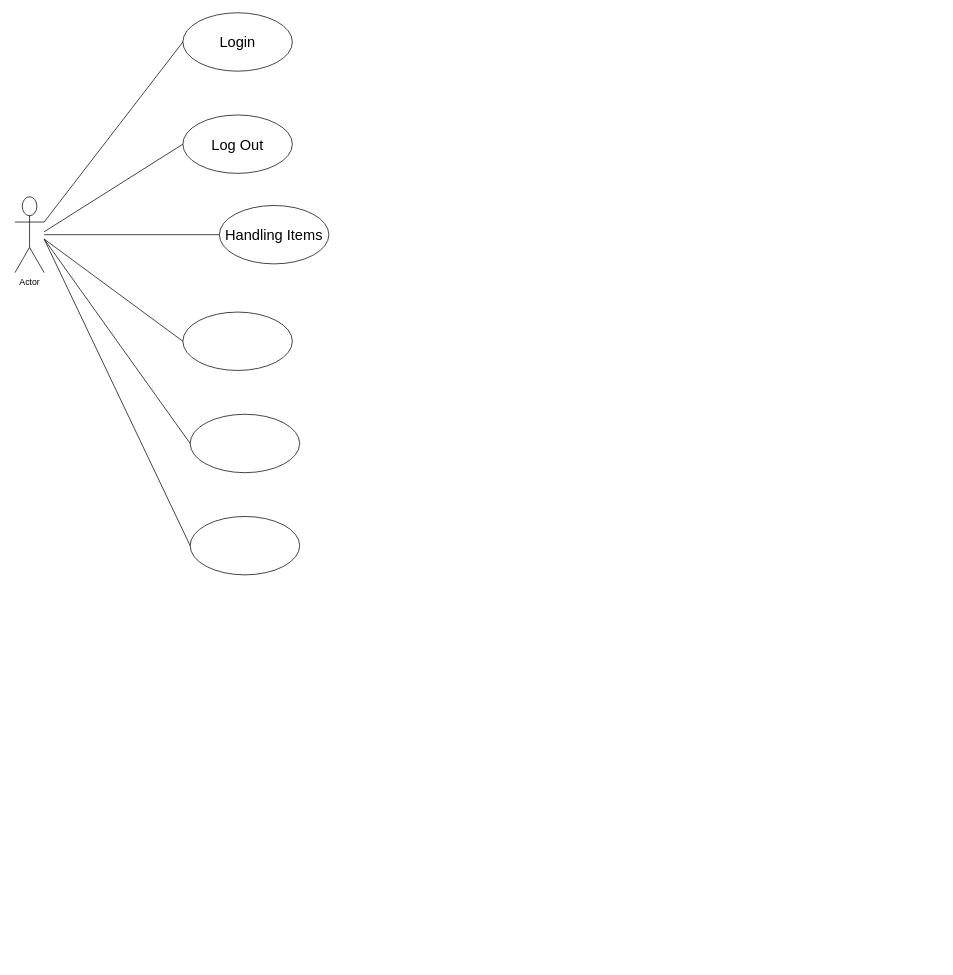
This is page "Page-1" (1 of 3) of use-case-diagram.drawio from Dune-Global/green-supermarket-docs, a draw.io file, before an edit. Source tidied: cells renumbered, new cells numbered last; positions are measured from the earlier drawing's top-left corner, leaving out a move shared by most shapes. Both pictures are drawn from the tidied source at 73%, with x=0, y=0 at pixel (15, 12).
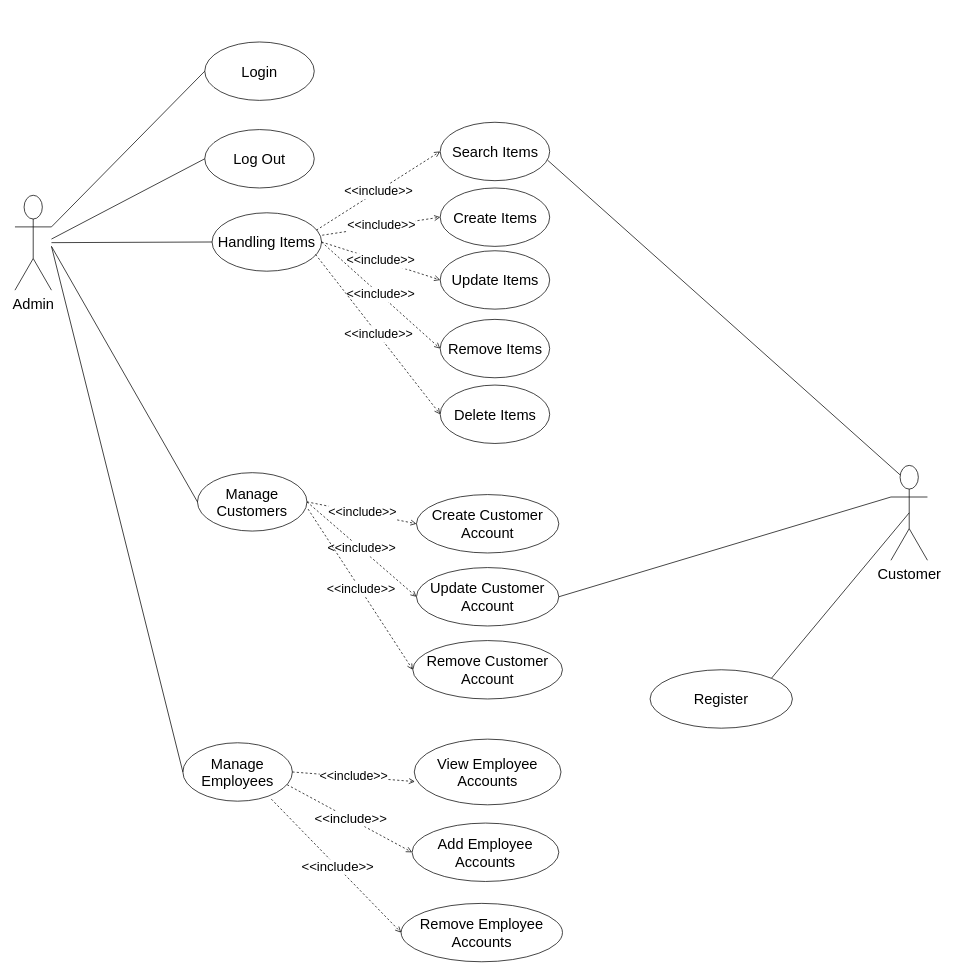
The same page after the edit.

Diff of the diagram source:
```diff
@@
+    <mxCell id="15" value="&amp;lt;&amp;lt;include&amp;gt;&amp;gt;" style="endArrow=open;dashed=1;html=1;rounded=0;strokeColor=default;targetPerimeterSpacing=0;fontSize=18;entryX=0;entryY=0.5;entryDx=0;entryDy=0;exitX=0.808;exitY=0.965;exitDx=0;exitDy=0;exitPerimeter=0;" parent="1" edge="1" source="17" target="26">
+      <mxGeometry x="0.01" relative="1" as="geometry">
+        <mxPoint x="1" as="offset" />
+      </mxGeometry>
+    </mxCell>
     <mxCell id="2" value="Login" style="ellipse;whiteSpace=wrap;html=1;fontSize=20;" parent="1" vertex="1">
-      <mxGeometry x="230" width="150" height="80" as="geometry" />
+      <mxGeometry x="260" y="40" width="150" height="80" as="geometry" />
     </mxCell>
     <mxCell id="3" value="Log Out" style="ellipse;whiteSpace=wrap;html=1;fontSize=20;" parent="1" vertex="1">
-      <mxGeometry x="230" y="140" width="150" height="80" as="geometry" />
+      <mxGeometry x="260" y="160" width="150" height="80" as="geometry" />
     </mxCell>
     <mxCell id="4" value="Handling Items" style="ellipse;whiteSpace=wrap;html=1;fontSize=20;" parent="1" vertex="1">
-      <mxGeometry x="280" y="264" width="150" height="80" as="geometry" />
+      <mxGeometry x="270" y="274" width="150" height="80" as="geometry" />
     </mxCell>
-    <mxCell id="5" style="ellipse;whiteSpace=wrap;html=1;" parent="1" vertex="1">
-      <mxGeometry x="230" y="410" width="150" height="80" as="geometry" />
-    </mxCell>
-    <mxCell id="6" style="ellipse;whiteSpace=wrap;html=1;" parent="1" vertex="1">
-      <mxGeometry x="240" y="550" width="150" height="80" as="geometry" />
-    </mxCell>
-    <mxCell id="7" value="Actor" style="shape=umlActor;verticalLabelPosition=bottom;verticalAlign=top;html=1;outlineConnect=0;" parent="1" vertex="1">
-      <mxGeometry y="252" width="40" height="104" as="geometry" />
-    </mxCell>
-    <mxCell id="8" style="endArrow=none;html=1;rounded=0;entryX=0;entryY=0.5;entryDx=0;entryDy=0;" parent="1" edge="1" target="3">
-      <mxGeometry relative="1" as="geometry">
-        <mxPoint x="40" y="300" as="sourcePoint" />
-      </mxGeometry>
-    </mxCell>
-    <mxCell id="9" style="endArrow=none;html=1;rounded=0;entryX=0;entryY=0.5;entryDx=0;entryDy=0;" parent="1" edge="1" source="7" target="4">
-      <mxGeometry relative="1" as="geometry" />
-    </mxCell>
-    <mxCell id="10" style="endArrow=none;html=1;rounded=0;entryX=0;entryY=0.5;entryDx=0;entryDy=0;" parent="1" edge="1" target="5">
-      <mxGeometry relative="1" as="geometry">
-        <mxPoint x="40" y="310" as="sourcePoint" />
-      </mxGeometry>
-    </mxCell>
-    <mxCell id="11" style="endArrow=none;html=1;rounded=0;entryX=0;entryY=0.5;entryDx=0;entryDy=0;" parent="1" edge="1" target="6">
-      <mxGeometry relative="1" as="geometry">
-        <mxPoint x="40" y="310" as="sourcePoint" />
-      </mxGeometry>
-    </mxCell>
-    <mxCell id="12" style="ellipse;whiteSpace=wrap;html=1;" parent="1" vertex="1">
-      <mxGeometry x="240" y="690" width="150" height="80" as="geometry" />
-    </mxCell>
-    <mxCell id="13" style="endArrow=none;html=1;rounded=0;entryX=0;entryY=0.5;entryDx=0;entryDy=0;" parent="1" edge="1" target="12">
-      <mxGeometry relative="1" as="geometry">
-        <mxPoint x="40" y="310" as="sourcePoint" />
-      </mxGeometry>
-    </mxCell>
-    <mxCell id="14" style="endArrow=none;html=1;rounded=0;entryX=0;entryY=0.5;entryDx=0;entryDy=0;exitX=1;exitY=0.3333333333333333;exitDx=0;exitDy=0;exitPerimeter=0;" parent="1" edge="1" source="7" target="2">
-      <mxGeometry relative="1" as="geometry" />
-    </mxCell>
+    <mxCell id="16" value="Manage Customers" style="ellipse;whiteSpace=wrap;html=1;fontSize=20;" parent="1" vertex="1">
+      <mxGeometry x="250" y="630" width="150" height="80" as="geometry" />
+    </mxCell>
+    <mxCell id="17" value="Manage Employees" style="ellipse;whiteSpace=wrap;html=1;fontSize=20;" parent="1" vertex="1">
+      <mxGeometry x="230" y="1000" width="150" height="80" as="geometry" />
+    </mxCell>
+    <mxCell id="18" value="Admin" style="shape=umlActor;verticalLabelPosition=bottom;verticalAlign=top;html=1;outlineConnect=0;fontColor=default;fontSize=20;" parent="1" vertex="1">
+      <mxGeometry y="250" width="50" height="130" as="geometry" />
+    </mxCell>
+    <mxCell id="19" style="endArrow=none;html=1;rounded=0;entryX=0;entryY=0.5;entryDx=0;entryDy=0;" parent="1" edge="1" target="3">
+      <mxGeometry relative="1" as="geometry">
+        <mxPoint x="50" y="310" as="sourcePoint" />
+      </mxGeometry>
+    </mxCell>
+    <mxCell id="20" style="endArrow=none;html=1;rounded=0;entryX=0;entryY=0.5;entryDx=0;entryDy=0;" parent="1" edge="1" source="18" target="4">
+      <mxGeometry relative="1" as="geometry" />
+    </mxCell>
+    <mxCell id="21" style="endArrow=none;html=1;rounded=0;entryX=0;entryY=0.5;entryDx=0;entryDy=0;" parent="1" edge="1" target="16">
+      <mxGeometry relative="1" as="geometry">
+        <mxPoint x="50" y="320" as="sourcePoint" />
+      </mxGeometry>
+    </mxCell>
+    <mxCell id="22" style="endArrow=none;html=1;rounded=0;entryX=0;entryY=0.5;entryDx=0;entryDy=0;" parent="1" edge="1" target="17">
+      <mxGeometry relative="1" as="geometry">
+        <mxPoint x="50" y="320" as="sourcePoint" />
+      </mxGeometry>
+    </mxCell>
+    <mxCell id="23" style="endArrow=none;html=1;rounded=0;entryX=0;entryY=0.5;entryDx=0;entryDy=0;exitX=1;exitY=0.3333333333333333;exitDx=0;exitDy=0;exitPerimeter=0;" parent="1" edge="1" source="18" target="2">
+      <mxGeometry relative="1" as="geometry" />
+    </mxCell>
+    <mxCell id="24" value="View Employee Accounts" style="ellipse;whiteSpace=wrap;html=1;fontSize=20;" parent="1" vertex="1">
+      <mxGeometry x="547" y="995" width="201" height="90" as="geometry" />
+    </mxCell>
+    <mxCell id="25" value="Add Employee Accounts" style="ellipse;whiteSpace=wrap;html=1;fontSize=20;" parent="1" vertex="1">
+      <mxGeometry x="544" y="1110" width="201" height="80" as="geometry" />
+    </mxCell>
+    <mxCell id="26" value="Remove Employee Accounts" style="ellipse;whiteSpace=wrap;html=1;fontSize=20;" parent="1" vertex="1">
+      <mxGeometry x="529" y="1220" width="221" height="80" as="geometry" />
+    </mxCell>
+    <mxCell id="27" value="&amp;lt;&amp;lt;include&amp;gt;&amp;gt;" style="endArrow=open;dashed=1;html=1;rounded=0;strokeColor=default;targetPerimeterSpacing=0;fontSize=18;entryX=0;entryY=0.5;entryDx=0;entryDy=0;exitX=0.952;exitY=0.718;exitDx=0;exitDy=0;exitPerimeter=0;" parent="1" edge="1" source="17" target="25">
+      <mxGeometry x="0.01" relative="1" as="geometry">
+        <mxPoint x="1" as="offset" />
+      </mxGeometry>
+    </mxCell>
+    <mxCell id="28" value="&amp;lt;&amp;lt;include&amp;gt;&amp;gt;" style="endArrow=open;dashed=1;html=1;rounded=0;strokeColor=default;targetPerimeterSpacing=0;entryX=0.004;entryY=0.646;entryDx=0;entryDy=0;entryPerimeter=0;fontSize=17;exitX=1;exitY=0.5;exitDx=0;exitDy=0;" parent="1" edge="1" source="17" target="24">
+      <mxGeometry x="-0.01" relative="1" as="geometry">
+        <mxPoint x="1" as="offset" />
+      </mxGeometry>
+    </mxCell>
+    <mxCell id="29" value="Create Items" style="ellipse;whiteSpace=wrap;html=1;fontSize=20;" parent="1" vertex="1">
+      <mxGeometry x="582.5" y="240" width="150" height="80" as="geometry" />
+    </mxCell>
+    <mxCell id="30" value="Update Items" style="ellipse;whiteSpace=wrap;html=1;fontSize=20;" parent="1" vertex="1">
+      <mxGeometry x="582.5" y="326" width="150" height="80" as="geometry" />
+    </mxCell>
+    <mxCell id="31" value="Remove Items" style="ellipse;whiteSpace=wrap;html=1;fontSize=20;" parent="1" vertex="1">
+      <mxGeometry x="582.5" y="420" width="150" height="80" as="geometry" />
+    </mxCell>
+    <mxCell id="32" value="Delete Items" style="ellipse;whiteSpace=wrap;html=1;fontSize=20;" parent="1" vertex="1">
+      <mxGeometry x="582.5" y="510" width="150" height="80" as="geometry" />
+    </mxCell>
+    <mxCell id="33" value="&amp;lt;&amp;lt;include&amp;gt;&amp;gt;" style="endArrow=open;dashed=1;html=1;rounded=0;exitX=0.952;exitY=0.298;exitDx=0;exitDy=0;strokeColor=default;targetPerimeterSpacing=0;entryX=0;entryY=0.5;entryDx=0;entryDy=0;fontSize=17;exitPerimeter=0;" parent="1" edge="1" source="4" target="45">
+      <mxGeometry y="-1" relative="1" as="geometry">
+        <mxPoint x="-1" as="offset" />
+      </mxGeometry>
+    </mxCell>
+    <mxCell id="34" value="&amp;lt;&amp;lt;include&amp;gt;&amp;gt;" style="endArrow=open;dashed=1;html=1;rounded=0;strokeColor=default;targetPerimeterSpacing=0;entryX=0;entryY=0.5;entryDx=0;entryDy=0;fontSize=17;exitX=1.006;exitY=0.384;exitDx=0;exitDy=0;exitPerimeter=0;" parent="1" edge="1" source="4" target="29">
+      <mxGeometry x="-0.01" relative="1" as="geometry">
+        <mxPoint x="1" as="offset" />
+      </mxGeometry>
+    </mxCell>
+    <mxCell id="35" value="&amp;lt;&amp;lt;include&amp;gt;&amp;gt;" style="endArrow=open;dashed=1;html=1;rounded=0;strokeColor=default;targetPerimeterSpacing=0;entryX=0;entryY=0.5;entryDx=0;entryDy=0;fontSize=17;exitX=1;exitY=0.5;exitDx=0;exitDy=0;" parent="1" edge="1" source="4" target="30">
+      <mxGeometry x="-0.01" relative="1" as="geometry">
+        <mxPoint x="1" as="offset" />
+      </mxGeometry>
+    </mxCell>
+    <mxCell id="36" value="&amp;lt;&amp;lt;include&amp;gt;&amp;gt;" style="endArrow=open;dashed=1;html=1;rounded=0;strokeColor=default;targetPerimeterSpacing=0;entryX=0;entryY=0.5;entryDx=0;entryDy=0;fontSize=17;exitX=1;exitY=0.5;exitDx=0;exitDy=0;" parent="1" edge="1" source="4" target="31">
+      <mxGeometry y="1" relative="1" as="geometry">
+        <mxPoint x="-1" as="offset" />
+      </mxGeometry>
+    </mxCell>
+    <mxCell id="37" value="&amp;lt;&amp;lt;include&amp;gt;&amp;gt;" style="endArrow=open;dashed=1;html=1;rounded=0;strokeColor=default;targetPerimeterSpacing=0;entryX=0;entryY=0.5;entryDx=0;entryDy=0;fontSize=17;exitX=0.945;exitY=0.713;exitDx=0;exitDy=0;exitPerimeter=0;" parent="1" edge="1" source="4" target="32">
+      <mxGeometry y="1" relative="1" as="geometry">
+        <mxPoint y="1" as="offset" />
+      </mxGeometry>
+    </mxCell>
+    <mxCell id="38" value="Create Customer Account" style="ellipse;whiteSpace=wrap;html=1;fontSize=20;" parent="1" vertex="1">
+      <mxGeometry x="550" y="660" width="195" height="80" as="geometry" />
+    </mxCell>
+    <mxCell id="39" value="Update Customer Account" style="ellipse;whiteSpace=wrap;html=1;fontSize=20;" parent="1" vertex="1">
+      <mxGeometry x="550" y="760" width="195" height="80" as="geometry" />
+    </mxCell>
+    <mxCell id="40" value="Remove Customer Account" style="ellipse;whiteSpace=wrap;html=1;fontSize=20;" parent="1" vertex="1">
+      <mxGeometry x="545" y="860" width="205" height="80" as="geometry" />
+    </mxCell>
+    <mxCell id="41" value="&amp;lt;&amp;lt;include&amp;gt;&amp;gt;" style="endArrow=open;dashed=1;html=1;rounded=0;strokeColor=default;targetPerimeterSpacing=0;entryX=0;entryY=0.5;entryDx=0;entryDy=0;fontSize=17;exitX=1;exitY=0.5;exitDx=0;exitDy=0;" parent="1" edge="1" source="16" target="38">
+      <mxGeometry x="-0.01" relative="1" as="geometry">
+        <mxPoint x="1" as="offset" />
+      </mxGeometry>
+    </mxCell>
+    <mxCell id="42" value="&amp;lt;&amp;lt;include&amp;gt;&amp;gt;" style="endArrow=open;dashed=1;html=1;rounded=0;strokeColor=default;targetPerimeterSpacing=0;entryX=0;entryY=0.5;entryDx=0;entryDy=0;fontSize=17;exitX=1;exitY=0.5;exitDx=0;exitDy=0;" parent="1" edge="1" source="16" target="39">
+      <mxGeometry x="-0.01" relative="1" as="geometry">
+        <mxPoint x="1" as="offset" />
+      </mxGeometry>
+    </mxCell>
+    <mxCell id="43" value="&amp;lt;&amp;lt;include&amp;gt;&amp;gt;" style="endArrow=open;dashed=1;html=1;rounded=0;strokeColor=default;targetPerimeterSpacing=0;entryX=0;entryY=0.5;entryDx=0;entryDy=0;fontSize=17;exitX=1.01;exitY=0.623;exitDx=0;exitDy=0;exitPerimeter=0;" parent="1" edge="1" source="16" target="40">
+      <mxGeometry y="1" relative="1" as="geometry">
+        <mxPoint y="1" as="offset" />
+      </mxGeometry>
+    </mxCell>
+    <mxCell id="44" value="Customer" style="shape=umlActor;verticalLabelPosition=bottom;verticalAlign=top;html=1;outlineConnect=0;fontColor=default;fontSize=20;" parent="1" vertex="1">
+      <mxGeometry x="1200" y="620" width="50" height="130" as="geometry" />
+    </mxCell>
+    <mxCell id="45" value="Search Items" style="ellipse;whiteSpace=wrap;html=1;fontSize=20;" parent="1" vertex="1">
+      <mxGeometry x="582.5" y="150" width="150" height="80" as="geometry" />
+    </mxCell>
+    <mxCell id="46" style="endArrow=none;html=1;rounded=0;entryX=0;entryY=0.3333333333333333;entryDx=0;entryDy=0;entryPerimeter=0;exitX=1;exitY=0.5;exitDx=0;exitDy=0;" parent="1" edge="1" source="39" target="44">
+      <mxGeometry relative="1" as="geometry" />
+    </mxCell>
+    <mxCell id="47" style="endArrow=none;html=1;rounded=0;entryX=0.25;entryY=0.1;entryDx=0;entryDy=0;entryPerimeter=0;exitX=0.98;exitY=0.648;exitDx=0;exitDy=0;exitPerimeter=0;" parent="1" edge="1" source="45" target="44">
+      <mxGeometry relative="1" as="geometry" />
+    </mxCell>
+    <mxCell id="48" value="Register" style="ellipse;whiteSpace=wrap;html=1;fontSize=20;" parent="1" vertex="1">
+      <mxGeometry x="870" y="900" width="195" height="80" as="geometry" />
+    </mxCell>
+    <mxCell id="49" style="endArrow=none;html=1;rounded=0;entryX=0.5;entryY=0.5;entryDx=0;entryDy=0;entryPerimeter=0;exitX=1;exitY=0;exitDx=0;exitDy=0;" parent="1" edge="1" source="48" target="44">
+      <mxGeometry relative="1" as="geometry" />
+    </mxCell>
```
